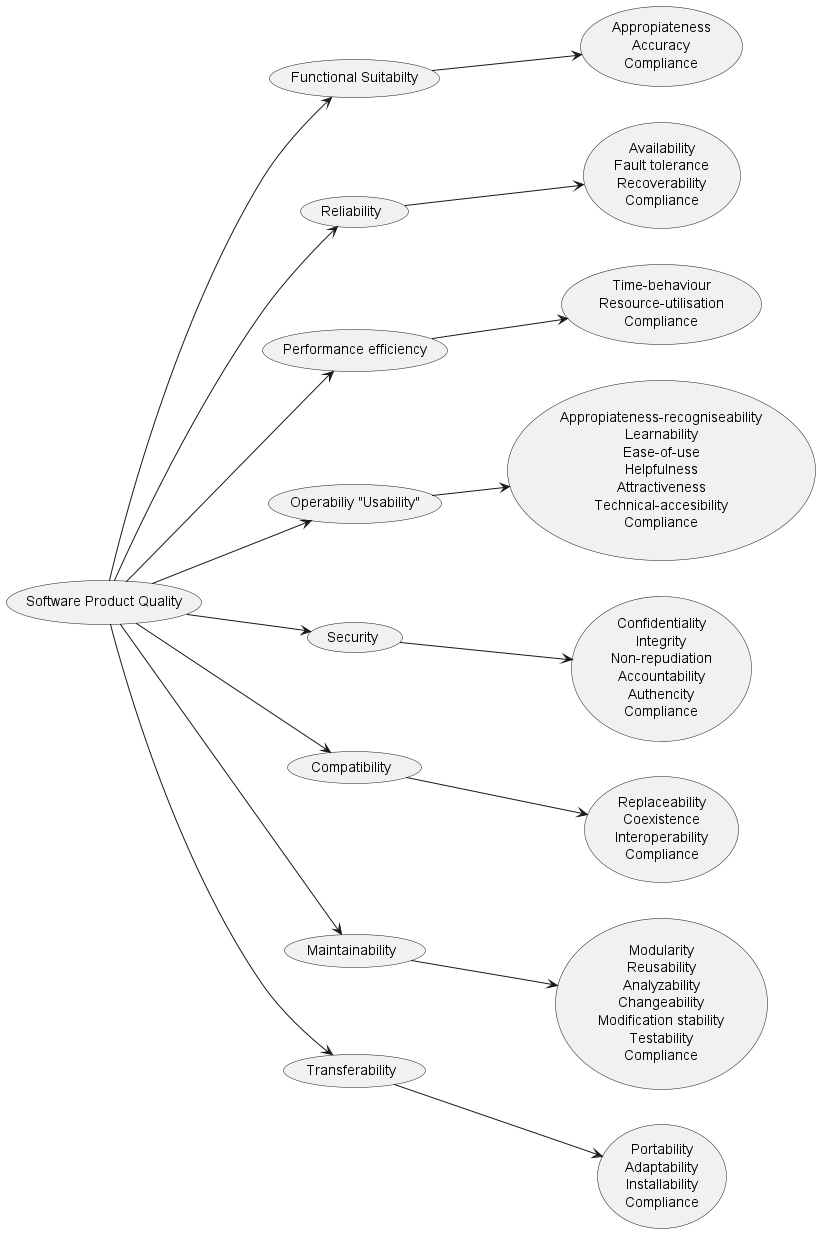
Before: images/Quality tree.png, a diagram exported from PlantUML (Arquisoft/lomap_es3a). Its diagram source:
```plantuml
@startuml
left to right direction
(Software Product Quality) as (Q)
(Functional Suitabilty) as (F)
(Reliability) as (R)
(Performance efficiency) as (P)
(Operabiliy "Usability") as (O)
(Security) as (S)
(Compatibility) as (C)
(Maintainability) as (M)
(Transferability) as (T)
(Appropiateness\nAccuracy\nCompliance) as (AAC)
(Availability\nFault tolerance\nRecoverability\nCompliance) as (AFRC)
(Time-behaviour\nResource-utilisation\nCompliance) as (TRC)
(Appropiateness-recogniseability\nLearnability\nEase-of-use\nHelpfulness\nAttractiveness\nTechnical-accesibility\nCompliance) as (ALEHATC)
(Confidentiality\nIntegrity\nNon-repudiation\nAccountability\nAuthencity\nCompliance) as (CINAAC)
(Replaceability\nCoexistence\nInteroperability\nCompliance) as (RCIC)
(Modularity\nReusability\nAnalyzability\nChangeability\nModification stability\nTestability\nCompliance) as (MRACMTC)
(Portability\nAdaptability\nInstallability\nCompliance) as (PAIC)
Q --> F
F --> AAC
Q --> R
R --> AFRC
Q --> P
P --> TRC
Q --> O
O --> ALEHATC
Q --> S
S --> CINAAC
Q --> C
C --> RCIC
Q --> M
M --> MRACMTC
Q --> T
T --> PAIC
@enduml
```
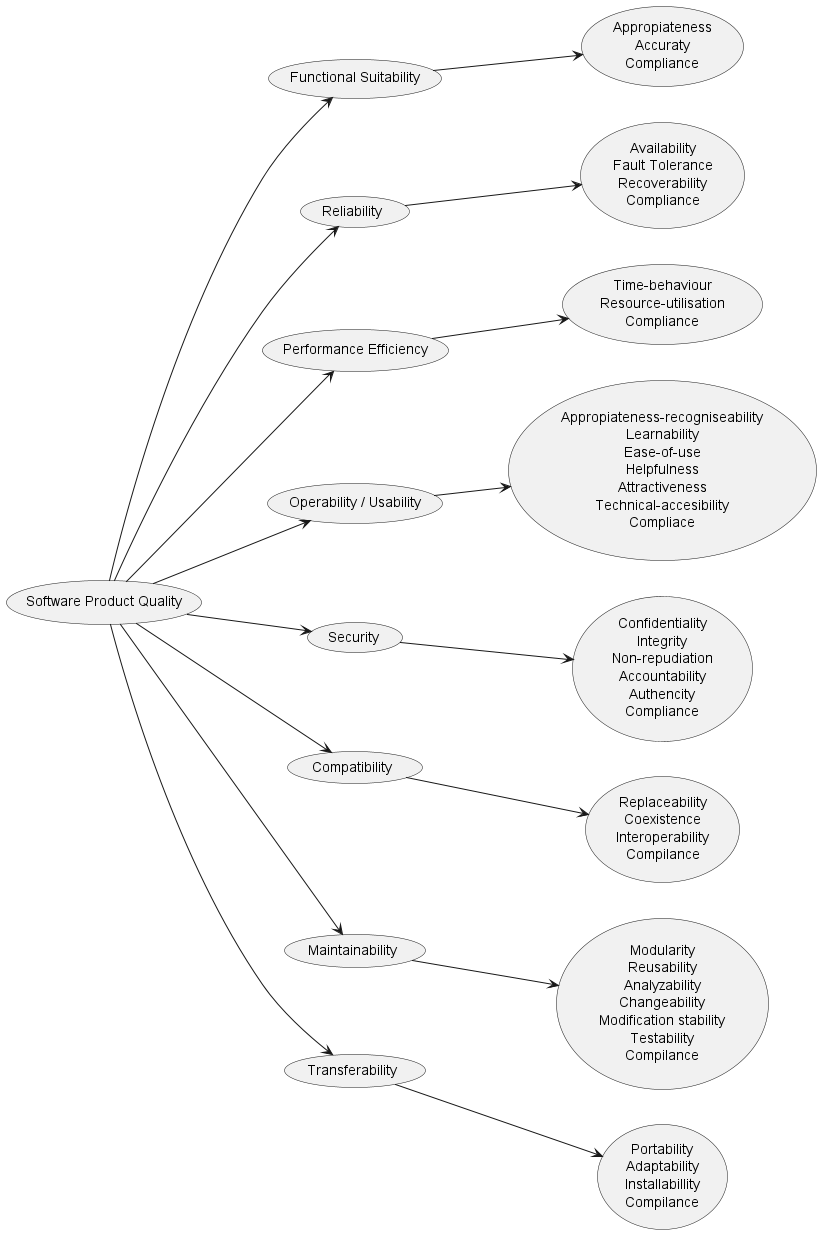
The same file after the commit.

Change to the diagram source:
```diff
@@ -1,36 +1,36 @@
 @startuml
 left to right direction
-(Software Product Quality) as (Q)
-(Functional Suitabilty) as (F)
+(Software Product Quality) as (SPQ)
+(Functional Suitability) as (FS)
 (Reliability) as (R)
-(Performance efficiency) as (P)
-(Operabiliy "Usability") as (O)
+(Performance Efficiency) as (PE)
+(Operability / Usability) as (OU)
 (Security) as (S)
 (Compatibility) as (C)
 (Maintainability) as (M)
 (Transferability) as (T)
-(Appropiateness\nAccuracy\nCompliance) as (AAC)
-(Availability\nFault tolerance\nRecoverability\nCompliance) as (AFRC)
+(Appropiateness\nAccuraty\nCompliance) as (AAC)
+(Availability\nFault Tolerance\nRecoverability\nCompliance) as (AFRC)
 (Time-behaviour\nResource-utilisation\nCompliance) as (TRC)
-(Appropiateness-recogniseability\nLearnability\nEase-of-use\nHelpfulness\nAttractiveness\nTechnical-accesibility\nCompliance) as (ALEHATC)
+(Appropiateness-recogniseability\nLearnability\nEase-of-use\nHelpfulness\nAttractiveness\nTechnical-accesibility\nCompliace) as (ALEHATC)
 (Confidentiality\nIntegrity\nNon-repudiation\nAccountability\nAuthencity\nCompliance) as (CINAAC)
-(Replaceability\nCoexistence\nInteroperability\nCompliance) as (RCIC)
-(Modularity\nReusability\nAnalyzability\nChangeability\nModification stability\nTestability\nCompliance) as (MRACMTC)
-(Portability\nAdaptability\nInstallability\nCompliance) as (PAIC)
-Q --> F
-F --> AAC
-Q --> R
+(Replaceability\nCoexistence\nInteroperability\nCompilance) as (RCIC)
+(Modularity\nReusability\nAnalyzability\nChangeability\nModification stability\nTestability\nCompilance) as (MRACMTC)
+(Portability\nAdaptability\nInstallabillity\nCompilance) as (PAIC)
+SPQ --> FS
+FS --> AAC
+SPQ --> R
 R --> AFRC
-Q --> P
-P --> TRC
-Q --> O
-O --> ALEHATC
-Q --> S
+SPQ --> PE
+PE --> TRC
+SPQ --> OU
+OU --> ALEHATC
+SPQ --> S
 S --> CINAAC
-Q --> C
+SPQ --> C
 C --> RCIC
-Q --> M
+SPQ --> M
 M --> MRACMTC
-Q --> T
+SPQ --> T
 T --> PAIC
 @enduml
```
